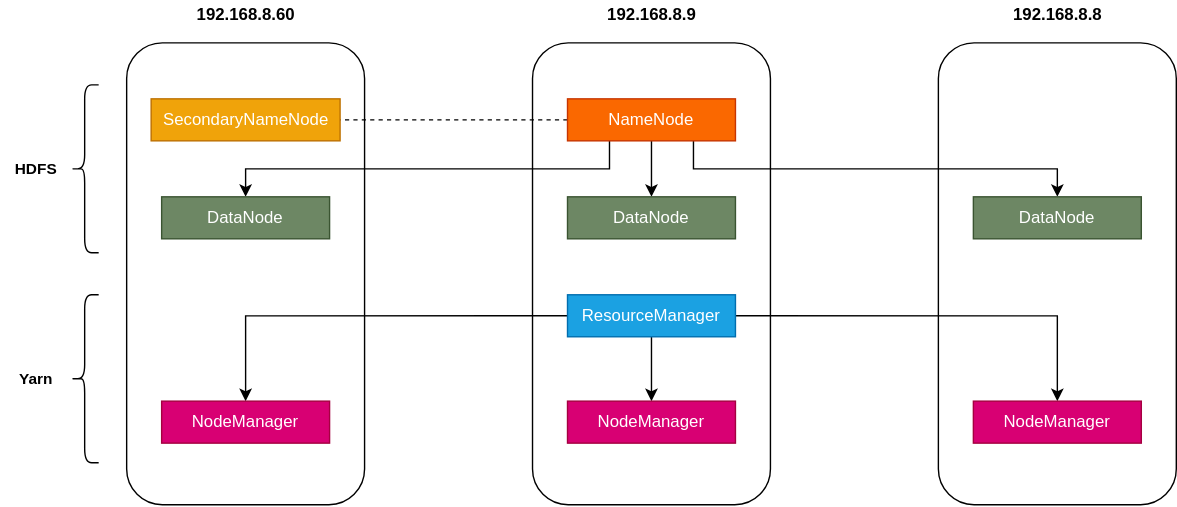
Before: images/big-data/hadoop/plan.drawio.svg, a diagram exported from draw.io (lengyuxuan/lengyuxuan.github.io). Source tidied: cells renumbered, new cells last; positions are measured from the earlier drawing's top-left corner, leaving out a move shared by most shapes. Its diagram source:
```xml
<mxGraphModel>
  <root>
    <mxCell id="0" />
    <mxCell id="1" parent="0" />
    <mxCell id="2" style="rounded=1;whiteSpace=wrap;html=1;" parent="1" vertex="1">
      <mxGeometry x="380" y="30" width="170" height="330" as="geometry" />
    </mxCell>
    <mxCell id="3" style="rounded=1;whiteSpace=wrap;html=1;" parent="1" vertex="1">
      <mxGeometry x="670" y="30" width="170" height="330" as="geometry" />
    </mxCell>
    <mxCell id="4" style="rounded=1;whiteSpace=wrap;html=1;" parent="1" vertex="1">
      <mxGeometry x="90" y="30" width="170" height="330" as="geometry" />
    </mxCell>
    <mxCell id="5" value="192.168.8.9" style="text;html=1;align=center;verticalAlign=middle;fontStyle=1;" parent="1" vertex="1">
      <mxGeometry x="425" width="80" height="20" as="geometry" />
    </mxCell>
    <mxCell id="6" value="192.168.8.8" style="text;html=1;align=center;verticalAlign=middle;fontStyle=1;" parent="1" vertex="1">
      <mxGeometry x="715" width="80" height="20" as="geometry" />
    </mxCell>
    <mxCell id="7" value="192.168.8.60" style="text;html=1;align=center;verticalAlign=middle;fontStyle=1;" parent="1" vertex="1">
      <mxGeometry x="130" width="90" height="20" as="geometry" />
    </mxCell>
    <mxCell id="8" style="edgeStyle=orthogonalEdgeStyle;rounded=0;jettySize=auto;html=1;exitX=0.5;exitY=1;exitDx=0;exitDy=0;entryX=0.5;entryY=0;entryDx=0;entryDy=0;endArrow=classic;endFill=1;fontSize=11;" parent="1" edge="1" source="12" target="15">
      <mxGeometry relative="1" as="geometry" />
    </mxCell>
    <mxCell id="9" style="edgeStyle=orthogonalEdgeStyle;rounded=0;jettySize=auto;html=1;exitX=0;exitY=0.5;exitDx=0;exitDy=0;entryX=1;entryY=0.5;entryDx=0;entryDy=0;endArrow=none;endFill=0;fontSize=11;dashed=1;" parent="1" edge="1" source="12" target="13">
      <mxGeometry relative="1" as="geometry" />
    </mxCell>
    <mxCell id="10" style="edgeStyle=orthogonalEdgeStyle;rounded=0;jettySize=auto;html=1;exitX=0.25;exitY=1;exitDx=0;exitDy=0;endArrow=classic;endFill=1;fontSize=11;" parent="1" edge="1" source="12" target="20">
      <mxGeometry relative="1" as="geometry" />
    </mxCell>
    <mxCell id="11" style="edgeStyle=orthogonalEdgeStyle;rounded=0;jettySize=auto;html=1;exitX=0.75;exitY=1;exitDx=0;exitDy=0;entryX=0.5;entryY=0;entryDx=0;entryDy=0;endArrow=classic;endFill=1;fontSize=11;" parent="1" edge="1" source="12" target="14">
      <mxGeometry relative="1" as="geometry" />
    </mxCell>
    <mxCell id="12" value="NameNode" style="rounded=0;whiteSpace=wrap;html=1;fillColor=#fa6800;strokeColor=#C73500;fontColor=#ffffff;" parent="1" vertex="1">
      <mxGeometry x="405" y="70" width="120" height="30" as="geometry" />
    </mxCell>
    <mxCell id="13" value="SecondaryNameNode" style="rounded=0;whiteSpace=wrap;html=1;fillColor=#f0a30a;strokeColor=#BD7000;fontColor=#ffffff;" parent="1" vertex="1">
      <mxGeometry x="107.5" y="70" width="135" height="30" as="geometry" />
    </mxCell>
    <mxCell id="14" value="DataNode" style="rounded=0;whiteSpace=wrap;html=1;fillColor=#6d8764;strokeColor=#3A5431;fontColor=#ffffff;" parent="1" vertex="1">
      <mxGeometry x="695" y="140" width="120" height="30" as="geometry" />
    </mxCell>
    <mxCell id="15" value="DataNode" style="rounded=0;whiteSpace=wrap;html=1;fillColor=#6d8764;strokeColor=#3A5431;fontColor=#ffffff;" parent="1" vertex="1">
      <mxGeometry x="405" y="140" width="120" height="30" as="geometry" />
    </mxCell>
    <mxCell id="16" style="edgeStyle=orthogonalEdgeStyle;rounded=0;jettySize=auto;html=1;exitX=0;exitY=0.5;exitDx=0;exitDy=0;endArrow=classic;endFill=1;fontSize=11;" parent="1" edge="1" source="19" target="21">
      <mxGeometry relative="1" as="geometry" />
    </mxCell>
    <mxCell id="17" style="edgeStyle=orthogonalEdgeStyle;rounded=0;jettySize=auto;html=1;exitX=1;exitY=0.5;exitDx=0;exitDy=0;endArrow=classic;endFill=1;fontSize=11;" parent="1" edge="1" source="19" target="22">
      <mxGeometry relative="1" as="geometry" />
    </mxCell>
    <mxCell id="18" style="edgeStyle=orthogonalEdgeStyle;rounded=0;jettySize=auto;html=1;exitX=0.5;exitY=1;exitDx=0;exitDy=0;entryX=0.5;entryY=0;entryDx=0;entryDy=0;endArrow=classic;endFill=1;fontSize=11;" parent="1" edge="1" source="19" target="23">
      <mxGeometry relative="1" as="geometry" />
    </mxCell>
    <mxCell id="19" value="ResourceManager" style="rounded=0;whiteSpace=wrap;html=1;fillColor=#1ba1e2;strokeColor=#006EAF;fontColor=#ffffff;" parent="1" vertex="1">
      <mxGeometry x="405" y="210" width="120" height="30" as="geometry" />
    </mxCell>
    <mxCell id="20" value="DataNode" style="rounded=0;whiteSpace=wrap;html=1;fillColor=#6d8764;strokeColor=#3A5431;fontColor=#ffffff;" parent="1" vertex="1">
      <mxGeometry x="115" y="140" width="120" height="30" as="geometry" />
    </mxCell>
    <mxCell id="21" value="NodeManager" style="rounded=0;whiteSpace=wrap;html=1;fillColor=#d80073;strokeColor=#A50040;fontColor=#ffffff;" parent="1" vertex="1">
      <mxGeometry x="115" y="286" width="120" height="30" as="geometry" />
    </mxCell>
    <mxCell id="22" value="NodeManager" style="rounded=0;whiteSpace=wrap;html=1;fillColor=#d80073;strokeColor=#A50040;fontColor=#ffffff;" parent="1" vertex="1">
      <mxGeometry x="695" y="286" width="120" height="30" as="geometry" />
    </mxCell>
    <mxCell id="23" value="NodeManager" style="rounded=0;whiteSpace=wrap;html=1;fillColor=#d80073;strokeColor=#A50040;fontColor=#ffffff;" parent="1" vertex="1">
      <mxGeometry x="405" y="286" width="120" height="30" as="geometry" />
    </mxCell>
    <mxCell id="24" style="shape=curlyBracket;whiteSpace=wrap;html=1;rounded=1;fillColor=none;fontSize=11;" parent="1" vertex="1">
      <mxGeometry x="50" y="60" width="20" height="120" as="geometry" />
    </mxCell>
    <mxCell id="25" value="HDFS" style="text;html=1;align=center;verticalAlign=middle;fontSize=11;fontStyle=1;" parent="1" vertex="1">
      <mxGeometry y="110" width="50" height="20" as="geometry" />
    </mxCell>
    <mxCell id="26" style="shape=curlyBracket;whiteSpace=wrap;html=1;rounded=1;fillColor=none;fontSize=11;" parent="1" vertex="1">
      <mxGeometry x="50" y="210" width="20" height="120" as="geometry" />
    </mxCell>
    <mxCell id="27" value="Yarn" style="text;html=1;align=center;verticalAlign=middle;fontSize=11;fontStyle=1;" parent="1" vertex="1">
      <mxGeometry x="5" y="260" width="40" height="20" as="geometry" />
    </mxCell>
  </root>
</mxGraphModel>
```
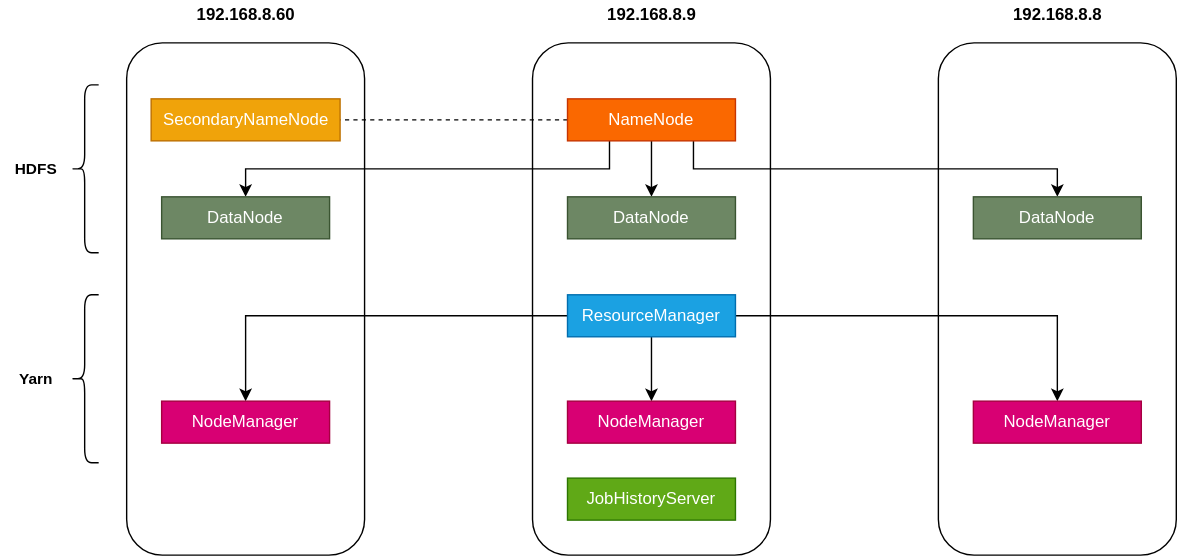
After the commit.

The edit, as a diff of the source:
```diff
@@ -3,13 +3,13 @@
     <mxCell id="0" />
     <mxCell id="1" parent="0" />
     <mxCell id="2" style="rounded=1;whiteSpace=wrap;html=1;" parent="1" vertex="1">
-      <mxGeometry x="380" y="30" width="170" height="330" as="geometry" />
+      <mxGeometry x="380" y="30" width="170" height="366" as="geometry" />
     </mxCell>
     <mxCell id="3" style="rounded=1;whiteSpace=wrap;html=1;" parent="1" vertex="1">
-      <mxGeometry x="670" y="30" width="170" height="330" as="geometry" />
+      <mxGeometry x="670" y="30" width="170" height="366" as="geometry" />
     </mxCell>
     <mxCell id="4" style="rounded=1;whiteSpace=wrap;html=1;" parent="1" vertex="1">
-      <mxGeometry x="90" y="30" width="170" height="330" as="geometry" />
+      <mxGeometry x="90" y="30" width="170" height="366" as="geometry" />
     </mxCell>
     <mxCell id="5" value="192.168.8.9" style="text;html=1;align=center;verticalAlign=middle;fontStyle=1;" parent="1" vertex="1">
       <mxGeometry x="425" width="80" height="20" as="geometry" />
@@ -80,5 +80,8 @@
     <mxCell id="27" value="Yarn" style="text;html=1;align=center;verticalAlign=middle;fontSize=11;fontStyle=1;" parent="1" vertex="1">
       <mxGeometry x="5" y="260" width="40" height="20" as="geometry" />
     </mxCell>
+    <mxCell id="28" value="JobHistoryServer" style="rounded=0;whiteSpace=wrap;html=1;fillColor=#60a917;strokeColor=#2D7600;fontColor=#ffffff;" parent="1" vertex="1">
+      <mxGeometry x="405" y="341" width="120" height="30" as="geometry" />
+    </mxCell>
   </root>
 </mxGraphModel>
```
